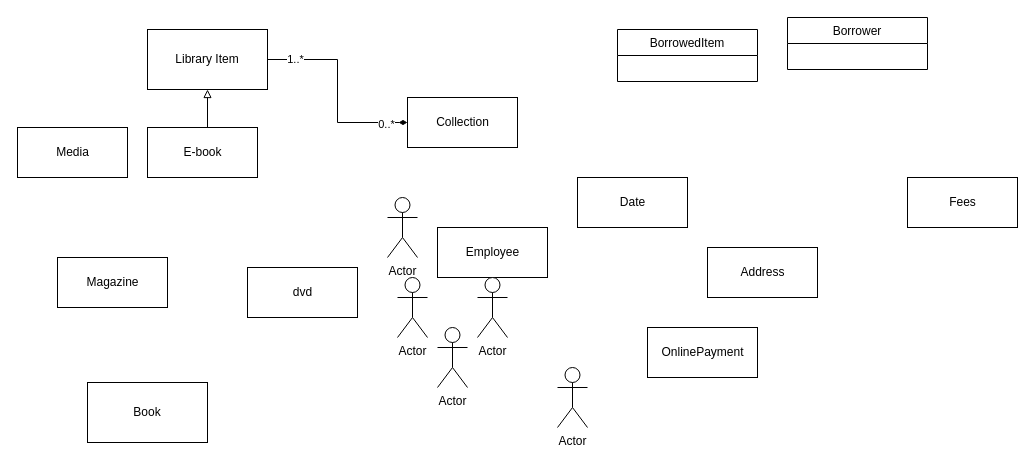
This is page "Page-1" (1 of 2) of Copy of Library System 2.drawio from jzhou-k/Foo, a draw.io file, before an edit. Source tidied: cells renumbered, new cells numbered last; positions are measured from the earlier drawing's top-left corner, leaving out a move shared by most shapes. Both pictures are drawn from the tidied source at 100%, with x=0, y=0 at pixel (17, 17).
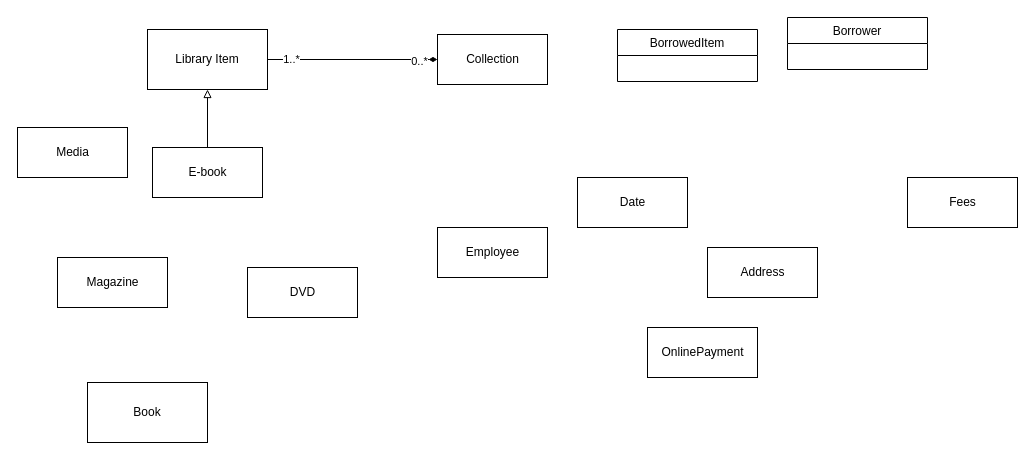
Above is the later version.

The edit, as a diff of the source:
```diff
@@
     <mxCell id="9" value="Collection" style="html=1;" parent="1" vertex="1">
-      <mxGeometry x="390" y="80" width="110" height="50" as="geometry" />
+      <mxGeometry x="420" y="17" width="110" height="50" as="geometry" />
     </mxCell>
@@
-    <mxCell id="17" value="dvd" style="html=1;" parent="1" vertex="1">
+    <mxCell id="17" value="DVD" style="html=1;" parent="1" vertex="1">
       <mxGeometry x="230" y="250" width="110" height="50" as="geometry" />
     </mxCell>
@@
     <mxCell id="19" value="E-book" style="html=1;" parent="1" vertex="1">
-      <mxGeometry x="130" y="110" width="110" height="50" as="geometry" />
+      <mxGeometry x="135" y="130" width="110" height="50" as="geometry" />
     </mxCell>
-    <mxCell id="20" value="Actor" style="shape=umlActor;verticalLabelPosition=bottom;verticalAlign=top;html=1;" parent="1" vertex="1">
-      <mxGeometry x="380" y="260" width="30" height="60" as="geometry" />
-    </mxCell>
-    <mxCell id="21" value="Actor" style="shape=umlActor;verticalLabelPosition=bottom;verticalAlign=top;html=1;" parent="1" vertex="1">
-      <mxGeometry x="370" y="180" width="30" height="60" as="geometry" />
-    </mxCell>
-    <mxCell id="22" value="Actor" style="shape=umlActor;verticalLabelPosition=bottom;verticalAlign=top;html=1;" parent="1" vertex="1">
-      <mxGeometry x="460" y="260" width="30" height="60" as="geometry" />
-    </mxCell>
-    <mxCell id="23" value="Actor" style="shape=umlActor;verticalLabelPosition=bottom;verticalAlign=top;html=1;" parent="1" vertex="1">
-      <mxGeometry x="540" y="350" width="30" height="60" as="geometry" />
-    </mxCell>
-    <mxCell id="24" value="Actor" style="shape=umlActor;verticalLabelPosition=bottom;verticalAlign=top;html=1;" parent="1" vertex="1">
-      <mxGeometry x="420" y="310" width="30" height="60" as="geometry" />
-    </mxCell>
```
